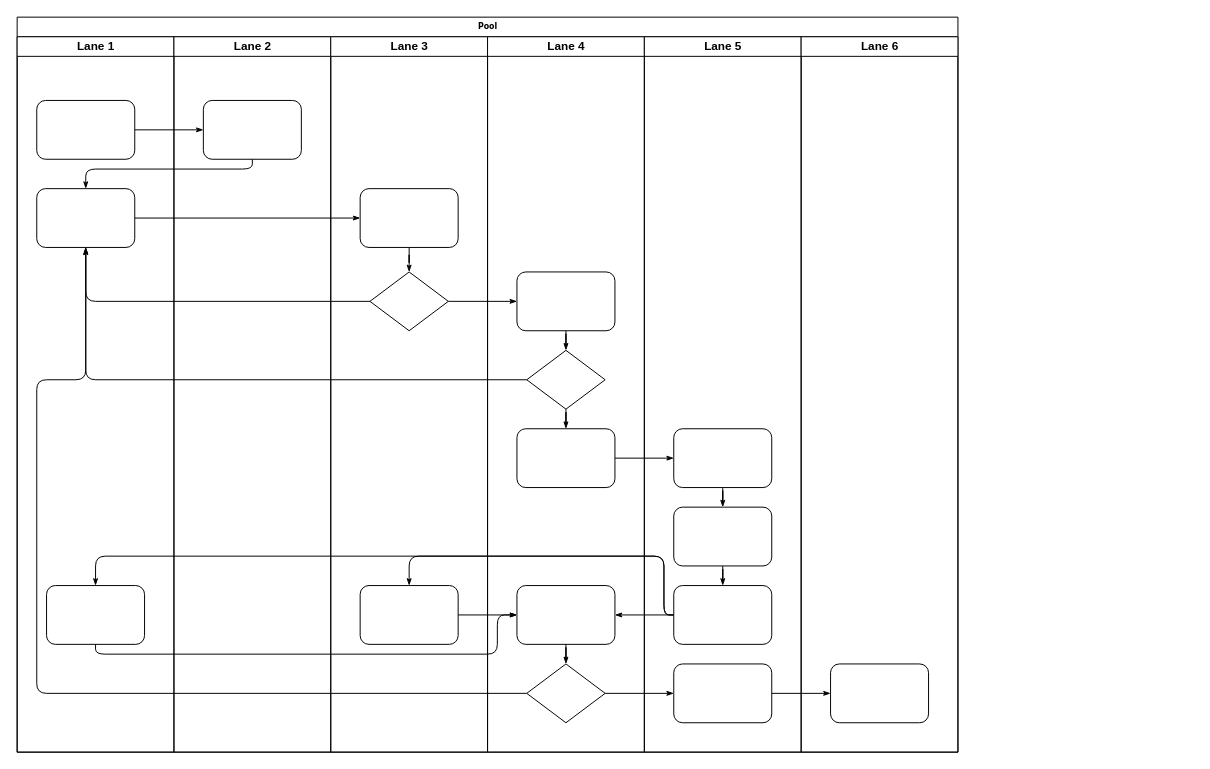
Above: Untitled Diagram.drawio in puresummersky/ML_web (draw.io), before the change. Source tidied: cells renumbered, new cells numbered last; positions are measured from the earlier drawing's top-left corner, leaving out a move shared by most shapes. Both pictures are drawn from the tidied source at 98%, with x=0, y=0 at pixel (17, 17).
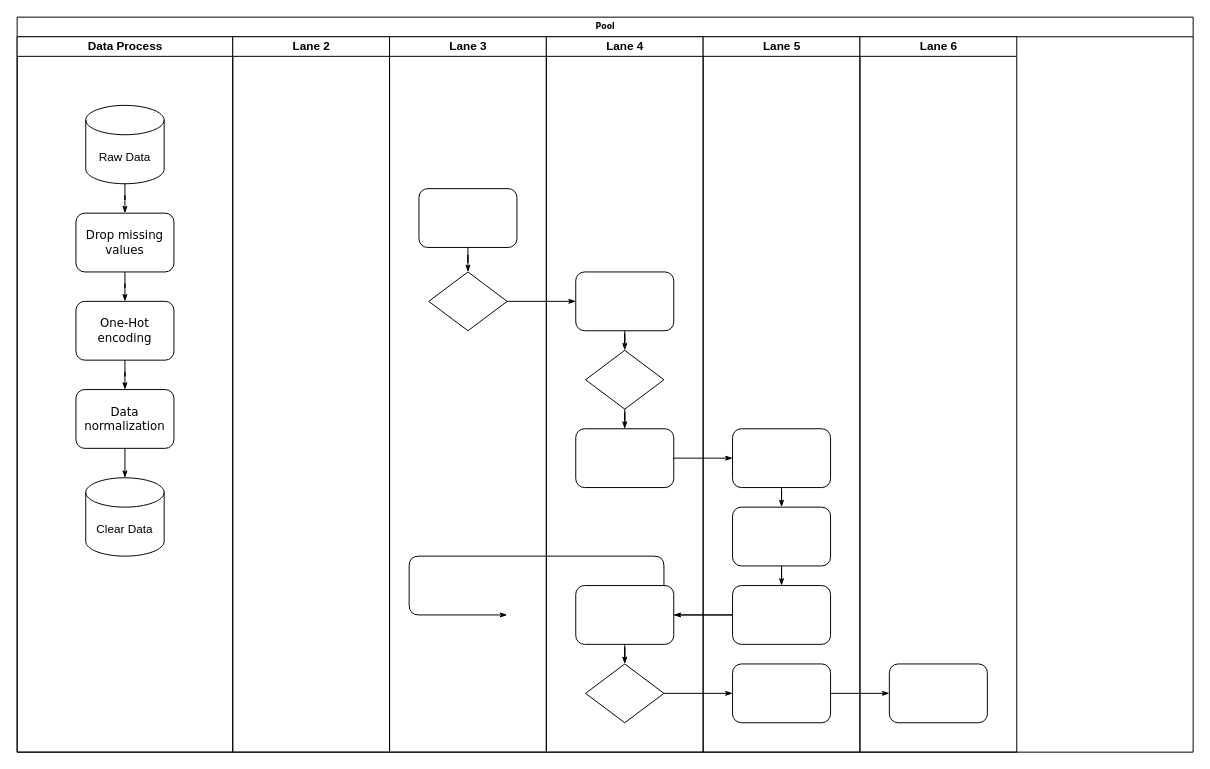
The same page after the edit.

Commit message:
data process

The change refers to these unchanged cells:
```xml
<mxCell id="25" style="rounded=1;whiteSpace=wrap;html=1;shadow=0;labelBackgroundColor=none;strokeWidth=1;fontFamily=Verdana;fontSize=8;align=center;" parent="24" vertex="1">
  <mxGeometry x="30" y="155" width="100" height="60" as="geometry" />
</mxCell>
<mxCell id="26" style="rhombus;whiteSpace=wrap;html=1;rounded=0;shadow=0;labelBackgroundColor=none;strokeWidth=1;fontFamily=Verdana;fontSize=8;align=center;" parent="24" vertex="1">
  <mxGeometry x="40" y="240" width="80" height="60" as="geometry" />
</mxCell>
<mxCell id="31" style="rhombus;whiteSpace=wrap;html=1;rounded=0;shadow=0;labelBackgroundColor=none;strokeWidth=1;fontFamily=Verdana;fontSize=8;align=center;" parent="29" vertex="1">
  <mxGeometry x="40" y="320" width="80" height="60" as="geometry" />
</mxCell>
<mxCell id="33" style="rounded=1;whiteSpace=wrap;html=1;shadow=0;labelBackgroundColor=none;strokeWidth=1;fontFamily=Verdana;fontSize=8;align=center;" parent="29" vertex="1">
  <mxGeometry x="30" y="560" width="100" height="60" as="geometry" />
</mxCell>
<mxCell id="34" style="rhombus;whiteSpace=wrap;html=1;rounded=0;shadow=0;labelBackgroundColor=none;strokeWidth=1;fontFamily=Verdana;fontSize=8;align=center;" parent="29" vertex="1">
  <mxGeometry x="40" y="640" width="80" height="60" as="geometry" />
</mxCell>
<mxCell id="41" style="rounded=1;whiteSpace=wrap;html=1;shadow=0;labelBackgroundColor=none;strokeWidth=1;fontFamily=Verdana;fontSize=8;align=center;" parent="38" vertex="1">
  <mxGeometry x="30" y="560" width="100" height="60" as="geometry" />
</mxCell>
```

Diff of the diagram source:
```diff
@@
     <mxCell id="2" value="Pool" style="swimlane;html=1;startSize=20;rounded=0;shadow=0;labelBackgroundColor=none;strokeWidth=1;fontFamily=Verdana;fontSize=8;align=center;" parent="1" vertex="1">
-      <mxGeometry width="960" height="750" as="geometry" />
+      <mxGeometry width="1200" height="750" as="geometry" />
     </mxCell>
-    <mxCell id="3" value="Lane 1" style="swimlane;html=1;startSize=20;" parent="2" vertex="1">
-      <mxGeometry y="20" width="160" height="730" as="geometry" />
-    </mxCell>
-    <mxCell id="4" style="rounded=1;whiteSpace=wrap;html=1;shadow=0;labelBackgroundColor=none;strokeWidth=1;fontFamily=Verdana;fontSize=8;align=center;" parent="3" vertex="1">
-      <mxGeometry x="20" y="65" width="100" height="60" as="geometry" />
-    </mxCell>
-    <mxCell id="5" style="rounded=1;whiteSpace=wrap;html=1;shadow=0;labelBackgroundColor=none;strokeWidth=1;fontFamily=Verdana;fontSize=8;align=center;" parent="3" vertex="1">
-      <mxGeometry x="20" y="155" width="100" height="60" as="geometry" />
-    </mxCell>
-    <mxCell id="6" style="rounded=1;whiteSpace=wrap;html=1;shadow=0;labelBackgroundColor=none;strokeWidth=1;fontFamily=Verdana;fontSize=8;align=center;" parent="3" vertex="1">
-      <mxGeometry x="30" y="560" width="100" height="60" as="geometry" />
-    </mxCell>
-    <mxCell id="7" style="edgeStyle=orthogonalEdgeStyle;rounded=1;html=1;labelBackgroundColor=none;startArrow=none;startFill=0;startSize=5;endArrow=classicThin;endFill=1;endSize=5;jettySize=auto;strokeWidth=1;fontFamily=Verdana;fontSize=8;" parent="2" edge="1" source="4" target="23">
-      <mxGeometry relative="1" as="geometry" />
-    </mxCell>
-    <mxCell id="8" style="edgeStyle=orthogonalEdgeStyle;rounded=1;html=1;labelBackgroundColor=none;startArrow=none;startFill=0;startSize=5;endArrow=classicThin;endFill=1;endSize=5;jettySize=auto;strokeWidth=1;fontFamily=Verdana;fontSize=8;" parent="2" edge="1" source="23" target="5">
-      <mxGeometry relative="1" as="geometry">
-        <Array as="points">
-          <mxPoint x="240" y="155" />
-          <mxPoint x="70" y="155" />
-        </Array>
-      </mxGeometry>
-    </mxCell>
-    <mxCell id="9" style="edgeStyle=orthogonalEdgeStyle;rounded=1;html=1;labelBackgroundColor=none;startArrow=none;startFill=0;startSize=5;endArrow=classicThin;endFill=1;endSize=5;jettySize=auto;strokeWidth=1;fontFamily=Verdana;fontSize=8;" parent="2" edge="1" source="5" target="25">
-      <mxGeometry relative="1" as="geometry" />
-    </mxCell>
-    <mxCell id="10" style="edgeStyle=orthogonalEdgeStyle;rounded=1;html=1;labelBackgroundColor=none;startArrow=none;startFill=0;startSize=5;endArrow=classicThin;endFill=1;endSize=5;jettySize=auto;strokeWidth=1;fontFamily=Verdana;fontSize=8;" parent="2" edge="1" source="26" target="5">
-      <mxGeometry relative="1" as="geometry" />
-    </mxCell>
-    <mxCell id="11" style="edgeStyle=orthogonalEdgeStyle;rounded=1;html=1;labelBackgroundColor=none;startArrow=none;startFill=0;startSize=5;endArrow=classicThin;endFill=1;endSize=5;jettySize=auto;strokeWidth=1;fontFamily=Verdana;fontSize=8;" parent="2" edge="1" source="31" target="5">
-      <mxGeometry relative="1" as="geometry" />
-    </mxCell>
-    <mxCell id="12" style="edgeStyle=orthogonalEdgeStyle;rounded=1;html=1;labelBackgroundColor=none;startArrow=none;startFill=0;startSize=5;endArrow=classicThin;endFill=1;endSize=5;jettySize=auto;strokeWidth=1;fontFamily=Verdana;fontSize=8;" parent="2" edge="1" source="34" target="5">
-      <mxGeometry relative="1" as="geometry">
-        <Array as="points">
-          <mxPoint x="20" y="690" />
-          <mxPoint x="20" y="370" />
-          <mxPoint x="70" y="370" />
-        </Array>
-      </mxGeometry>
-    </mxCell>
@@
-    <mxCell id="17" style="edgeStyle=orthogonalEdgeStyle;rounded=1;html=1;labelBackgroundColor=none;startArrow=none;startFill=0;startSize=5;endArrow=classicThin;endFill=1;endSize=5;jettySize=auto;strokeWidth=1;fontFamily=Verdana;fontSize=8;" parent="2" edge="1" source="41" target="27">
+    <mxCell id="17" style="edgeStyle=orthogonalEdgeStyle;rounded=1;html=1;labelBackgroundColor=none;startArrow=none;startFill=0;startSize=5;endArrow=classicThin;endFill=1;endSize=5;jettySize=auto;strokeWidth=1;fontFamily=Verdana;fontSize=8;" parent="2" edge="1" source="41">
       <mxGeometry relative="1" as="geometry">
+        <mxPoint x="500" y="610" as="targetPoint" />
         <Array as="points">
           <mxPoint x="660" y="610" />
           <mxPoint x="660" y="550" />
           <mxPoint x="400" y="550" />
         </Array>
       </mxGeometry>
     </mxCell>
@@
-    <mxCell id="19" style="edgeStyle=orthogonalEdgeStyle;rounded=1;html=1;labelBackgroundColor=none;startArrow=none;startFill=0;startSize=5;endArrow=classicThin;endFill=1;endSize=5;jettySize=auto;strokeWidth=1;fontFamily=Verdana;fontSize=8;" parent="2" edge="1" source="41" target="6">
-      <mxGeometry relative="1" as="geometry">
-        <Array as="points">
-          <mxPoint x="660" y="610" />
-          <mxPoint x="660" y="550" />
-          <mxPoint x="80" y="550" />
-        </Array>
-      </mxGeometry>
-    </mxCell>
-    <mxCell id="20" style="edgeStyle=orthogonalEdgeStyle;rounded=1;html=1;labelBackgroundColor=none;startArrow=none;startFill=0;startSize=5;endArrow=classicThin;endFill=1;endSize=5;jettySize=auto;strokeWidth=1;fontFamily=Verdana;fontSize=8;" parent="2" edge="1" source="6" target="33">
-      <mxGeometry relative="1" as="geometry">
-        <Array as="points">
-          <mxPoint x="80" y="650" />
-          <mxPoint x="490" y="650" />
-          <mxPoint x="490" y="610" />
-        </Array>
-      </mxGeometry>
-    </mxCell>
-    <mxCell id="21" style="edgeStyle=orthogonalEdgeStyle;rounded=1;html=1;labelBackgroundColor=none;startArrow=none;startFill=0;startSize=5;endArrow=classicThin;endFill=1;endSize=5;jettySize=auto;strokeWidth=1;fontFamily=Verdana;fontSize=8;" parent="2" edge="1" source="27" target="33">
-      <mxGeometry relative="1" as="geometry" />
-    </mxCell>
+    <mxCell id="3" value="Data Process" style="swimlane;html=1;startSize=20;" parent="2" vertex="1">
+      <mxGeometry y="20" width="220" height="730" as="geometry" />
+    </mxCell>
+    <mxCell id="47" value="&lt;div&gt;Raw Data&lt;/div&gt;" style="shape=cylinder3;whiteSpace=wrap;html=1;boundedLbl=1;backgroundOutline=1;size=15;" parent="3" vertex="1">
+      <mxGeometry x="70" y="70" width="80" height="80" as="geometry" />
+    </mxCell>
+    <mxCell id="23" value="One-Hot encoding" style="rounded=1;whiteSpace=wrap;html=1;shadow=0;labelBackgroundColor=none;strokeWidth=1;fontFamily=Verdana;fontSize=12;align=center;" parent="3" vertex="1">
+      <mxGeometry x="60" y="270" width="100" height="60" as="geometry" />
+    </mxCell>
+    <mxCell id="7" style="edgeStyle=orthogonalEdgeStyle;rounded=1;html=1;labelBackgroundColor=none;startArrow=none;startFill=0;startSize=5;endArrow=classicThin;endFill=1;endSize=5;jettySize=auto;strokeWidth=1;fontFamily=Verdana;fontSize=8;exitX=0.5;exitY=1;exitDx=0;exitDy=0;" parent="3" edge="1" source="50" target="23">
+      <mxGeometry relative="1" as="geometry" />
+    </mxCell>
+    <mxCell id="48" value="Data normalization" style="rounded=1;whiteSpace=wrap;html=1;shadow=0;labelBackgroundColor=none;strokeWidth=1;fontFamily=Verdana;fontSize=12;align=center;" parent="3" vertex="1">
+      <mxGeometry x="60" y="360" width="100" height="60" as="geometry" />
+    </mxCell>
+    <mxCell id="49" style="edgeStyle=orthogonalEdgeStyle;rounded=1;html=1;labelBackgroundColor=none;startArrow=none;startFill=0;startSize=5;endArrow=classicThin;endFill=1;endSize=5;jettySize=auto;strokeWidth=1;fontFamily=Verdana;fontSize=8;exitX=0.5;exitY=1;exitDx=0;exitDy=0;" parent="3" edge="1" source="23" target="48">
+      <mxGeometry relative="1" as="geometry" />
+    </mxCell>
+    <mxCell id="50" value="Drop missing values" style="rounded=1;whiteSpace=wrap;html=1;shadow=0;labelBackgroundColor=none;strokeWidth=1;fontFamily=Verdana;fontSize=12;align=center;" parent="3" vertex="1">
+      <mxGeometry x="60" y="180" width="100" height="60" as="geometry" />
+    </mxCell>
+    <mxCell id="51" style="edgeStyle=orthogonalEdgeStyle;rounded=1;html=1;labelBackgroundColor=none;startArrow=none;startFill=0;startSize=5;endArrow=classicThin;endFill=1;endSize=5;jettySize=auto;strokeWidth=1;fontFamily=Verdana;fontSize=8;entryX=0.5;entryY=0;entryDx=0;entryDy=0;" parent="3" edge="1" source="47" target="50">
+      <mxGeometry relative="1" as="geometry" />
+    </mxCell>
+    <mxCell id="52" value="&lt;div&gt;Clear Data&lt;/div&gt;" style="shape=cylinder3;whiteSpace=wrap;html=1;boundedLbl=1;backgroundOutline=1;size=15;" parent="3" vertex="1">
+      <mxGeometry x="70" y="450" width="80" height="80" as="geometry" />
+    </mxCell>
+    <mxCell id="53" style="edgeStyle=orthogonalEdgeStyle;rounded=1;html=1;labelBackgroundColor=none;startArrow=none;startFill=0;startSize=5;endArrow=classicThin;endFill=1;endSize=5;jettySize=auto;strokeWidth=1;fontFamily=Verdana;fontSize=8;exitX=0.5;exitY=1;exitDx=0;exitDy=0;entryX=0.5;entryY=0;entryDx=0;entryDy=0;entryPerimeter=0;" parent="3" edge="1" source="48" target="52">
+      <mxGeometry relative="1" as="geometry" />
+    </mxCell>
     <mxCell id="22" value="Lane 2" style="swimlane;html=1;startSize=20;" parent="2" vertex="1">
-      <mxGeometry x="160" y="20" width="160" height="730" as="geometry" />
+      <mxGeometry x="220" y="20" width="160" height="730" as="geometry" />
     </mxCell>
-    <mxCell id="23" style="rounded=1;whiteSpace=wrap;html=1;shadow=0;labelBackgroundColor=none;strokeWidth=1;fontFamily=Verdana;fontSize=8;align=center;" parent="22" vertex="1">
-      <mxGeometry x="30" y="65" width="100" height="60" as="geometry" />
-    </mxCell>
     <mxCell id="24" value="Lane 3" style="swimlane;html=1;startSize=20;" parent="2" vertex="1">
-      <mxGeometry x="320" y="20" width="160" height="730" as="geometry" />
+      <mxGeometry x="380" y="20" width="160" height="730" as="geometry" />
     </mxCell>
@@
-    <mxCell id="27" style="rounded=1;whiteSpace=wrap;html=1;shadow=0;labelBackgroundColor=none;strokeWidth=1;fontFamily=Verdana;fontSize=8;align=center;" parent="24" vertex="1">
-      <mxGeometry x="30" y="560" width="100" height="60" as="geometry" />
-    </mxCell>
@@
     <mxCell id="29" value="Lane 4" style="swimlane;html=1;startSize=20;" parent="2" vertex="1">
-      <mxGeometry x="480" y="20" width="160" height="730" as="geometry" />
+      <mxGeometry x="540" y="20" width="160" height="730" as="geometry" />
     </mxCell>
@@
     <mxCell id="38" value="Lane 5" style="swimlane;html=1;startSize=20;" parent="2" vertex="1">
-      <mxGeometry x="640" y="20" width="160" height="730" as="geometry" />
+      <mxGeometry x="700" y="20" width="160" height="730" as="geometry" />
     </mxCell>
@@
     <mxCell id="45" value="Lane 6" style="swimlane;html=1;startSize=20;" parent="2" vertex="1">
-      <mxGeometry x="800" y="20" width="160" height="730" as="geometry" />
+      <mxGeometry x="860" y="20" width="160" height="730" as="geometry" />
     </mxCell>
```
